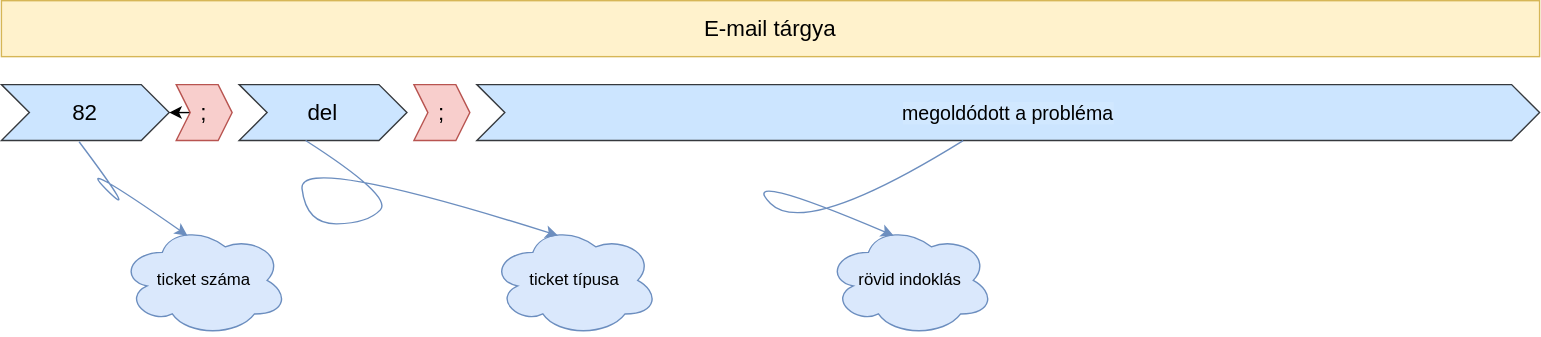
Above: docs/ticket_system/delete_subject_chart.svg in attilasalacz/amx_wiki (draw.io), before the change. Source tidied: cells renumbered, new cells last; positions are measured from the earlier drawing's top-left corner, leaving out a move shared by most shapes. Source of this version:
```xml
<mxGraphModel>
  <root>
    <mxCell id="0" />
    <mxCell id="1" parent="0" />
    <mxCell id="2" value="E-mail tárgya" style="rounded=0;whiteSpace=wrap;html=1;fontSize=16;fillColor=#fff2cc;strokeColor=#d6b656;fontColor=#000000;" parent="1" vertex="1">
      <mxGeometry width="1100" height="40" as="geometry" />
    </mxCell>
    <mxCell id="3" value="82" style="shape=step;perimeter=stepPerimeter;whiteSpace=wrap;html=1;fixedSize=1;strokeColor=#36393d;fontSize=16;fillColor=#cce5ff;fontColor=#000000;" parent="1" vertex="1">
      <mxGeometry y="60" width="120" height="40" as="geometry" />
    </mxCell>
    <mxCell id="4" style="edgeStyle=none;html=1;fontSize=16;fontColor=#000000;" parent="1" edge="1" source="5" target="3">
      <mxGeometry relative="1" as="geometry" />
    </mxCell>
    <mxCell id="5" value=";" style="shape=step;perimeter=stepPerimeter;whiteSpace=wrap;html=1;fixedSize=1;strokeColor=#b85450;fontSize=16;fillColor=#f8cecc;size=10;fillStyle=auto;fontColor=#000000;" parent="1" vertex="1">
      <mxGeometry x="125" y="60" width="40" height="40" as="geometry" />
    </mxCell>
    <mxCell id="6" value="del" style="shape=step;perimeter=stepPerimeter;whiteSpace=wrap;html=1;fixedSize=1;strokeColor=#36393d;fontSize=16;fillColor=#cce5ff;fontColor=#000000;" parent="1" vertex="1">
      <mxGeometry x="170" y="60" width="120" height="40" as="geometry" />
    </mxCell>
    <mxCell id="7" value=";" style="shape=step;perimeter=stepPerimeter;whiteSpace=wrap;html=1;fixedSize=1;strokeColor=#b85450;fontSize=16;fillColor=#f8cecc;size=10;fillStyle=auto;fontColor=#000000;" parent="1" vertex="1">
      <mxGeometry x="295" y="60" width="40" height="40" as="geometry" />
    </mxCell>
    <mxCell id="8" value="&lt;span style=&quot;font-size: 14px; text-align: start; background-color: rgba(255, 255, 255, 0.1);&quot;&gt;megoldódott a probléma&lt;/span&gt;" style="shape=step;perimeter=stepPerimeter;whiteSpace=wrap;html=1;fixedSize=1;strokeColor=#36393d;fontSize=16;fillColor=#cce5ff;fontColor=#000000;fontFamily=Helvetica;" parent="1" vertex="1">
      <mxGeometry x="340" y="60" width="760" height="40" as="geometry" />
    </mxCell>
    <mxCell id="9" value="ticket száma" style="ellipse;shape=cloud;whiteSpace=wrap;html=1;fillStyle=auto;strokeColor=#6c8ebf;fontFamily=Helvetica;fontSize=12;fillColor=#dae8fc;fontColor=#000000;" parent="1" vertex="1">
      <mxGeometry x="85" y="160" width="120" height="80" as="geometry" />
    </mxCell>
    <mxCell id="10" style="curved=1;endArrow=classic;html=1;fontFamily=Helvetica;fontSize=12;fontColor=#000000;exitX=0.463;exitY=1.021;exitDx=0;exitDy=0;exitPerimeter=0;entryX=0.4;entryY=0.1;entryDx=0;entryDy=0;entryPerimeter=0;fillColor=#dae8fc;strokeColor=#6c8ebf;" parent="1" edge="1" source="3" target="9">
      <mxGeometry relative="1" as="geometry">
        <Array as="points">
          <mxPoint x="100" y="160" />
          <mxPoint x="50" y="110" />
        </Array>
      </mxGeometry>
    </mxCell>
    <mxCell id="11" value="ticket típusa" style="ellipse;shape=cloud;whiteSpace=wrap;html=1;fillStyle=auto;strokeColor=#6c8ebf;fontFamily=Helvetica;fontSize=12;fillColor=#dae8fc;fontColor=#000000;" parent="1" vertex="1">
      <mxGeometry x="350" y="160" width="120" height="80" as="geometry" />
    </mxCell>
    <mxCell id="12" style="curved=1;endArrow=classic;html=1;fontFamily=Helvetica;fontSize=12;fontColor=#000000;exitX=0.463;exitY=1.021;exitDx=0;exitDy=0;exitPerimeter=0;entryX=0.4;entryY=0.1;entryDx=0;entryDy=0;entryPerimeter=0;fillColor=#dae8fc;strokeColor=#6c8ebf;" parent="1" edge="1" target="11">
      <mxGeometry relative="1" as="geometry">
        <mxPoint x="217.6" y="100" as="sourcePoint" />
        <Array as="points">
          <mxPoint x="280" y="140" />
          <mxPoint x="262" y="159.2" />
          <mxPoint x="218" y="160" />
          <mxPoint x="212" y="109.2" />
        </Array>
      </mxGeometry>
    </mxCell>
    <mxCell id="13" value="rövid indoklás" style="ellipse;shape=cloud;whiteSpace=wrap;html=1;fillStyle=auto;strokeColor=#6c8ebf;fontFamily=Helvetica;fontSize=12;fillColor=#dae8fc;fontColor=#000000;" parent="1" vertex="1">
      <mxGeometry x="590" y="160" width="120" height="80" as="geometry" />
    </mxCell>
    <mxCell id="14" style="curved=1;endArrow=classic;html=1;fontFamily=Helvetica;fontSize=12;fontColor=#000000;entryX=0.4;entryY=0.1;entryDx=0;entryDy=0;entryPerimeter=0;fillColor=#dae8fc;strokeColor=#6c8ebf;" parent="1" edge="1" source="8" target="13">
      <mxGeometry relative="1" as="geometry">
        <Array as="points">
          <mxPoint x="575" y="170" />
          <mxPoint x="525" y="120" />
        </Array>
      </mxGeometry>
    </mxCell>
  </root>
</mxGraphModel>
```
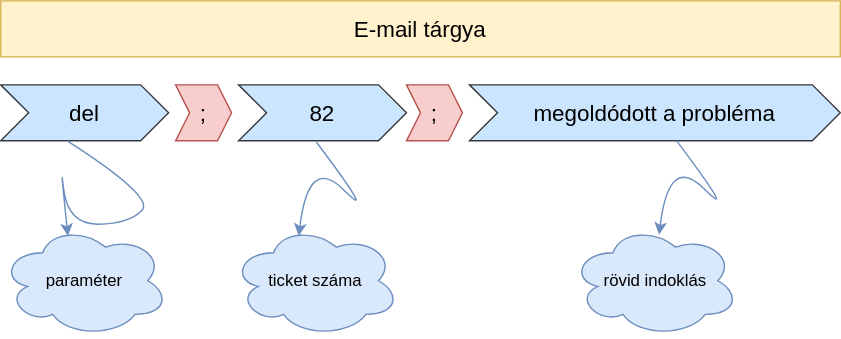
After the commit.

Commit message:
fixing issues with del type ticket

Diff of the diagram source:
```diff
@@ -3,61 +3,60 @@
     <mxCell id="0" />
     <mxCell id="1" parent="0" />
     <mxCell id="2" value="E-mail tárgya" style="rounded=0;whiteSpace=wrap;html=1;fontSize=16;fillColor=#fff2cc;strokeColor=#d6b656;fontColor=#000000;" parent="1" vertex="1">
-      <mxGeometry width="1100" height="40" as="geometry" />
+      <mxGeometry width="600" height="40" as="geometry" />
     </mxCell>
     <mxCell id="3" value="82" style="shape=step;perimeter=stepPerimeter;whiteSpace=wrap;html=1;fixedSize=1;strokeColor=#36393d;fontSize=16;fillColor=#cce5ff;fontColor=#000000;" parent="1" vertex="1">
-      <mxGeometry y="60" width="120" height="40" as="geometry" />
+      <mxGeometry x="170" y="60" width="120" height="40" as="geometry" />
     </mxCell>
-    <mxCell id="4" style="edgeStyle=none;html=1;fontSize=16;fontColor=#000000;" parent="1" edge="1" source="5" target="3">
-      <mxGeometry relative="1" as="geometry" />
-    </mxCell>
     <mxCell id="5" value=";" style="shape=step;perimeter=stepPerimeter;whiteSpace=wrap;html=1;fixedSize=1;strokeColor=#b85450;fontSize=16;fillColor=#f8cecc;size=10;fillStyle=auto;fontColor=#000000;" parent="1" vertex="1">
       <mxGeometry x="125" y="60" width="40" height="40" as="geometry" />
     </mxCell>
     <mxCell id="6" value="del" style="shape=step;perimeter=stepPerimeter;whiteSpace=wrap;html=1;fixedSize=1;strokeColor=#36393d;fontSize=16;fillColor=#cce5ff;fontColor=#000000;" parent="1" vertex="1">
-      <mxGeometry x="170" y="60" width="120" height="40" as="geometry" />
+      <mxGeometry y="60" width="120" height="40" as="geometry" />
     </mxCell>
-    <mxCell id="7" value=";" style="shape=step;perimeter=stepPerimeter;whiteSpace=wrap;html=1;fixedSize=1;strokeColor=#b85450;fontSize=16;fillColor=#f8cecc;size=10;fillStyle=auto;fontColor=#000000;" parent="1" vertex="1">
-      <mxGeometry x="295" y="60" width="40" height="40" as="geometry" />
-    </mxCell>
-    <mxCell id="8" value="&lt;span style=&quot;font-size: 14px; text-align: start; background-color: rgba(255, 255, 255, 0.1);&quot;&gt;megoldódott a probléma&lt;/span&gt;" style="shape=step;perimeter=stepPerimeter;whiteSpace=wrap;html=1;fixedSize=1;strokeColor=#36393d;fontSize=16;fillColor=#cce5ff;fontColor=#000000;fontFamily=Helvetica;" parent="1" vertex="1">
-      <mxGeometry x="340" y="60" width="760" height="40" as="geometry" />
-    </mxCell>
     <mxCell id="9" value="ticket száma" style="ellipse;shape=cloud;whiteSpace=wrap;html=1;fillStyle=auto;strokeColor=#6c8ebf;fontFamily=Helvetica;fontSize=12;fillColor=#dae8fc;fontColor=#000000;" parent="1" vertex="1">
-      <mxGeometry x="85" y="160" width="120" height="80" as="geometry" />
+      <mxGeometry x="165" y="160" width="120" height="80" as="geometry" />
     </mxCell>
     <mxCell id="10" style="curved=1;endArrow=classic;html=1;fontFamily=Helvetica;fontSize=12;fontColor=#000000;exitX=0.463;exitY=1.021;exitDx=0;exitDy=0;exitPerimeter=0;entryX=0.4;entryY=0.1;entryDx=0;entryDy=0;entryPerimeter=0;fillColor=#dae8fc;strokeColor=#6c8ebf;" parent="1" edge="1" source="3" target="9">
       <mxGeometry relative="1" as="geometry">
         <Array as="points">
-          <mxPoint x="100" y="160" />
-          <mxPoint x="50" y="110" />
+          <mxPoint x="270" y="160" />
+          <mxPoint x="220" y="110" />
         </Array>
       </mxGeometry>
     </mxCell>
-    <mxCell id="11" value="ticket típusa" style="ellipse;shape=cloud;whiteSpace=wrap;html=1;fillStyle=auto;strokeColor=#6c8ebf;fontFamily=Helvetica;fontSize=12;fillColor=#dae8fc;fontColor=#000000;" parent="1" vertex="1">
-      <mxGeometry x="350" y="160" width="120" height="80" as="geometry" />
+    <mxCell id="11" value="paraméter" style="ellipse;shape=cloud;whiteSpace=wrap;html=1;fillStyle=auto;strokeColor=#6c8ebf;fontFamily=Helvetica;fontSize=12;fillColor=#dae8fc;fontColor=#000000;" parent="1" vertex="1">
+      <mxGeometry y="160" width="120" height="80" as="geometry" />
     </mxCell>
     <mxCell id="12" style="curved=1;endArrow=classic;html=1;fontFamily=Helvetica;fontSize=12;fontColor=#000000;exitX=0.463;exitY=1.021;exitDx=0;exitDy=0;exitPerimeter=0;entryX=0.4;entryY=0.1;entryDx=0;entryDy=0;entryPerimeter=0;fillColor=#dae8fc;strokeColor=#6c8ebf;" parent="1" edge="1" target="11">
       <mxGeometry relative="1" as="geometry">
-        <mxPoint x="217.6" y="100" as="sourcePoint" />
+        <mxPoint x="47.6" y="100" as="sourcePoint" />
         <Array as="points">
-          <mxPoint x="280" y="140" />
-          <mxPoint x="262" y="159.2" />
-          <mxPoint x="218" y="160" />
-          <mxPoint x="212" y="109.2" />
+          <mxPoint x="110" y="140" />
+          <mxPoint x="92" y="159.2" />
+          <mxPoint x="48" y="160" />
+          <mxPoint x="42" y="109.2" />
         </Array>
       </mxGeometry>
     </mxCell>
-    <mxCell id="13" value="rövid indoklás" style="ellipse;shape=cloud;whiteSpace=wrap;html=1;fillStyle=auto;strokeColor=#6c8ebf;fontFamily=Helvetica;fontSize=12;fillColor=#dae8fc;fontColor=#000000;" parent="1" vertex="1">
-      <mxGeometry x="590" y="160" width="120" height="80" as="geometry" />
+    <mxCell id="13" value="megoldódott a probléma" style="shape=step;perimeter=stepPerimeter;whiteSpace=wrap;html=1;fixedSize=1;strokeColor=#36393d;fontSize=16;fillColor=#cce5ff;fontColor=#000000;" parent="1" vertex="1">
+      <mxGeometry x="335" y="60" width="265" height="40" as="geometry" />
     </mxCell>
-    <mxCell id="14" style="curved=1;endArrow=classic;html=1;fontFamily=Helvetica;fontSize=12;fontColor=#000000;entryX=0.4;entryY=0.1;entryDx=0;entryDy=0;entryPerimeter=0;fillColor=#dae8fc;strokeColor=#6c8ebf;" parent="1" edge="1" source="8" target="13">
-      <mxGeometry relative="1" as="geometry">
-        <Array as="points">
-          <mxPoint x="575" y="170" />
-          <mxPoint x="525" y="120" />
-        </Array>
-      </mxGeometry>
+    <mxCell id="14" value=";" style="shape=step;perimeter=stepPerimeter;whiteSpace=wrap;html=1;fixedSize=1;strokeColor=#b85450;fontSize=16;fillColor=#f8cecc;size=10;fillStyle=auto;fontColor=#000000;" parent="1" vertex="1">
+      <mxGeometry x="290" y="60" width="40" height="40" as="geometry" />
     </mxCell>
+    <mxCell id="15" value="rövid indoklás" style="ellipse;shape=cloud;whiteSpace=wrap;html=1;fillStyle=auto;strokeColor=#6c8ebf;fontFamily=Helvetica;fontSize=12;fillColor=#dae8fc;fontColor=#000000;" parent="1" vertex="1">
+      <mxGeometry x="407.5" y="160" width="120" height="80" as="geometry" />
+    </mxCell>
+    <mxCell id="16" style="curved=1;endArrow=classic;html=1;fontFamily=Helvetica;fontSize=12;fontColor=#000000;exitX=0.463;exitY=1.021;exitDx=0;exitDy=0;exitPerimeter=0;entryX=0.4;entryY=0.1;entryDx=0;entryDy=0;entryPerimeter=0;fillColor=#dae8fc;strokeColor=#6c8ebf;" parent="1" edge="1">
+      <mxGeometry relative="1" as="geometry">
+        <mxPoint x="483.1" y="100" as="sourcePoint" />
+        <mxPoint x="470.5" y="167.2" as="targetPoint" />
+        <Array as="points">
+          <mxPoint x="527.5" y="159.2" />
+          <mxPoint x="477.5" y="109.2" />
+        </Array>
+      </mxGeometry>
+    </mxCell>
   </root>
 </mxGraphModel>
```
